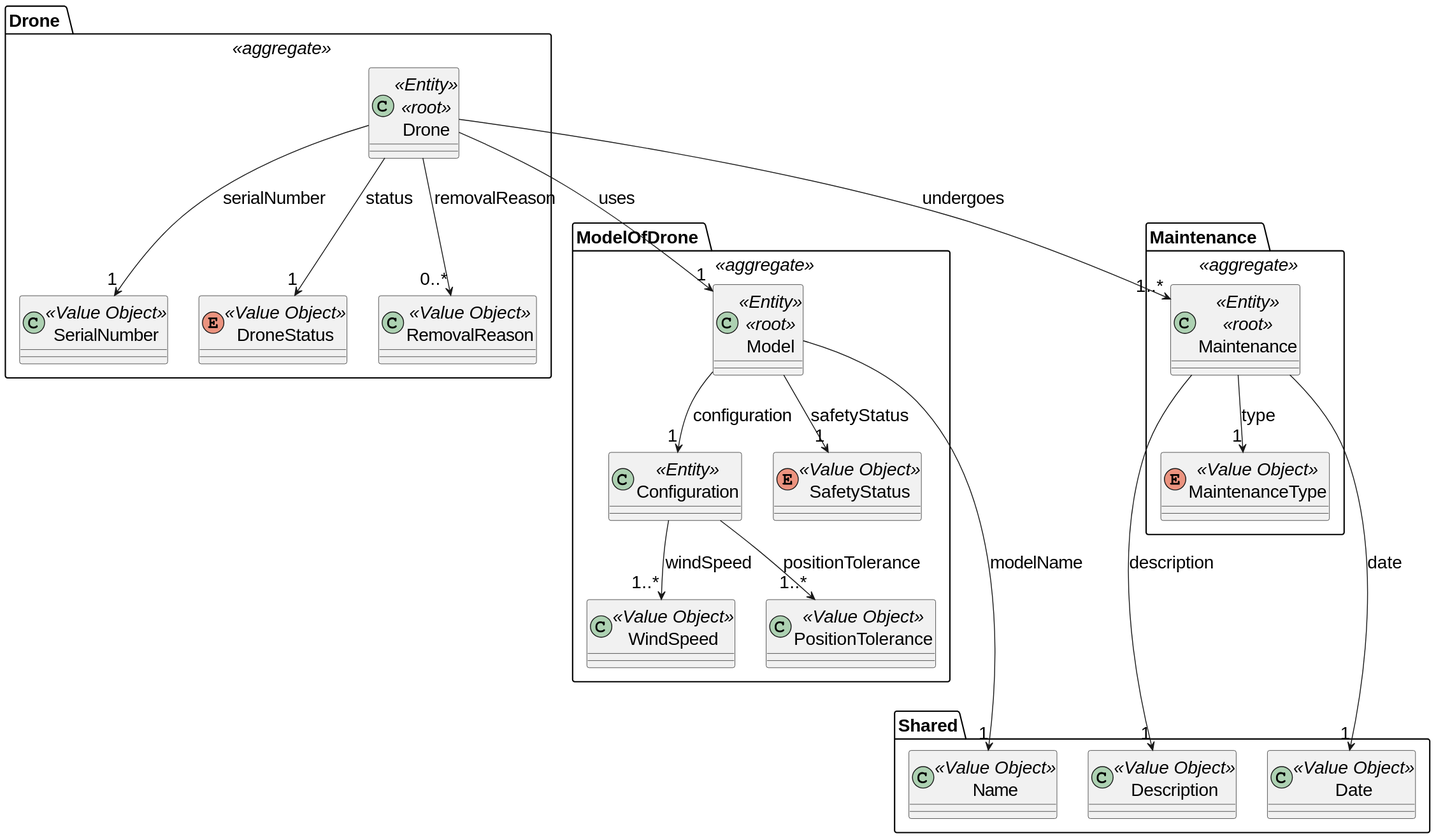
This is docs/global_artifacts/analysis/images/domain_model_drone.svg from diogoveirospro/sem4pi-2024-2025-sem4pi_2024_2025_g44, a PlantUML export, as it was before one commit.
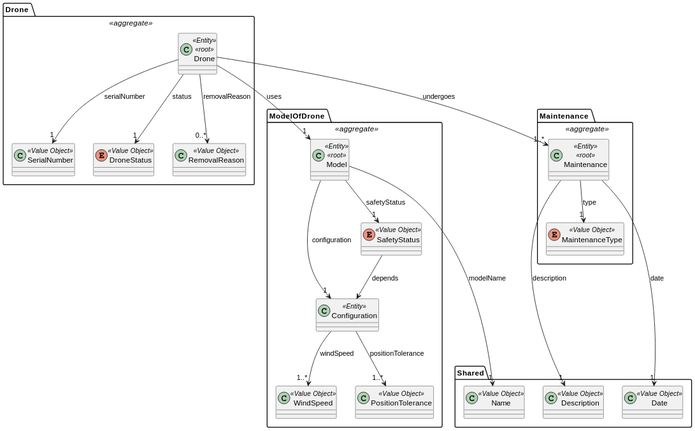
After the commit.

Change to the diagram source:
```diff
@@ -1,6 +1,4 @@
 @startuml
-skinparamlocked defaultFontSize 20
-
 package "Drone " <<aggregate>> {
 
     class Drone <<Entity>> <<root>>{
@@ -41,6 +39,8 @@
     Configuration --> "1..*" WindSpeed: windSpeed
     Configuration --> "1..*" PositionTolerance: positionTolerance
     Model --> "1" SafetyStatus: safetyStatus
+        SafetyStatus -->  Configuration: depends
+
 
     Drone --> "1" Model: uses
 
```
